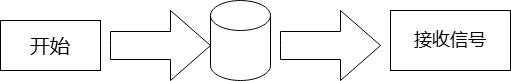
hellohyang/drawio keeps this draw.io diagram as 流程构图.drawio.png. Above is the earlier version. Source tidied: cells renumbered, new cells last; positions are measured from the earlier drawing's top-left corner, leaving out a move shared by most shapes. Source of this version:
```xml
<mxGraphModel>
  <root>
    <mxCell id="0" />
    <mxCell id="1" parent="0" />
    <mxCell id="2" value="&lt;font style=&quot;font-size: 20px;&quot;&gt;开始&lt;/font&gt;" style="rounded=0;whiteSpace=wrap;html=1;" parent="1" vertex="1">
      <mxGeometry y="20" width="100" height="50" as="geometry" />
    </mxCell>
    <mxCell id="3" style="shape=cylinder3;whiteSpace=wrap;html=1;boundedLbl=1;backgroundOutline=1;size=15;" parent="1" vertex="1">
      <mxGeometry x="210" width="60" height="80" as="geometry" />
    </mxCell>
    <mxCell id="4" value="&lt;font style=&quot;font-size: 18px;&quot;&gt;接收信号&lt;/font&gt;" style="rounded=0;whiteSpace=wrap;html=1;" parent="1" vertex="1">
      <mxGeometry x="390" y="10" width="120" height="60" as="geometry" />
    </mxCell>
    <mxCell id="5" style="html=1;shadow=0;dashed=0;align=center;verticalAlign=middle;shape=mxgraph.arrows2.arrow;dy=0.6;dx=40;notch=0;" parent="1" vertex="1">
      <mxGeometry x="110" y="10" width="100" height="70" as="geometry" />
    </mxCell>
    <mxCell id="6" style="html=1;shadow=0;dashed=0;align=center;verticalAlign=middle;shape=mxgraph.arrows2.arrow;dy=0.6;dx=40;notch=0;" parent="1" vertex="1">
      <mxGeometry x="280" y="10" width="100" height="70" as="geometry" />
    </mxCell>
  </root>
</mxGraphModel>
```
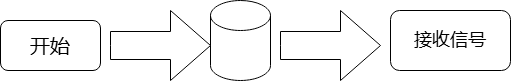
Above is the later version.

Commit message:
更新流程构图.drawio.png

What changed in the source:
```diff
@@ -2,19 +2,19 @@
   <root>
     <mxCell id="0" />
     <mxCell id="1" parent="0" />
-    <mxCell id="2" value="&lt;font style=&quot;font-size: 20px;&quot;&gt;开始&lt;/font&gt;" style="rounded=0;whiteSpace=wrap;html=1;" parent="1" vertex="1">
+    <mxCell id="2" value="&lt;font style=&quot;font-size: 20px;&quot;&gt;开始&lt;/font&gt;" style="rounded=1;whiteSpace=wrap;html=1;" parent="1" vertex="1">
       <mxGeometry y="20" width="100" height="50" as="geometry" />
     </mxCell>
-    <mxCell id="3" style="shape=cylinder3;whiteSpace=wrap;html=1;boundedLbl=1;backgroundOutline=1;size=15;" parent="1" vertex="1">
+    <mxCell id="3" style="shape=cylinder3;whiteSpace=wrap;html=1;boundedLbl=1;backgroundOutline=1;size=15;rounded=1;" parent="1" vertex="1">
       <mxGeometry x="210" width="60" height="80" as="geometry" />
     </mxCell>
-    <mxCell id="4" value="&lt;font style=&quot;font-size: 18px;&quot;&gt;接收信号&lt;/font&gt;" style="rounded=0;whiteSpace=wrap;html=1;" parent="1" vertex="1">
+    <mxCell id="4" value="&lt;font style=&quot;font-size: 18px;&quot;&gt;接收信号&lt;/font&gt;" style="rounded=1;whiteSpace=wrap;html=1;" parent="1" vertex="1">
       <mxGeometry x="390" y="10" width="120" height="60" as="geometry" />
     </mxCell>
-    <mxCell id="5" style="html=1;shadow=0;dashed=0;align=center;verticalAlign=middle;shape=mxgraph.arrows2.arrow;dy=0.6;dx=40;notch=0;" parent="1" vertex="1">
+    <mxCell id="5" style="html=1;shadow=0;dashed=0;align=center;verticalAlign=middle;shape=mxgraph.arrows2.arrow;dy=0.6;dx=40;notch=0;rounded=1;" parent="1" vertex="1">
       <mxGeometry x="110" y="10" width="100" height="70" as="geometry" />
     </mxCell>
-    <mxCell id="6" style="html=1;shadow=0;dashed=0;align=center;verticalAlign=middle;shape=mxgraph.arrows2.arrow;dy=0.6;dx=40;notch=0;" parent="1" vertex="1">
+    <mxCell id="6" style="html=1;shadow=0;dashed=0;align=center;verticalAlign=middle;shape=mxgraph.arrows2.arrow;dy=0.6;dx=40;notch=0;rounded=1;" parent="1" vertex="1">
       <mxGeometry x="280" y="10" width="100" height="70" as="geometry" />
     </mxCell>
   </root>
```
